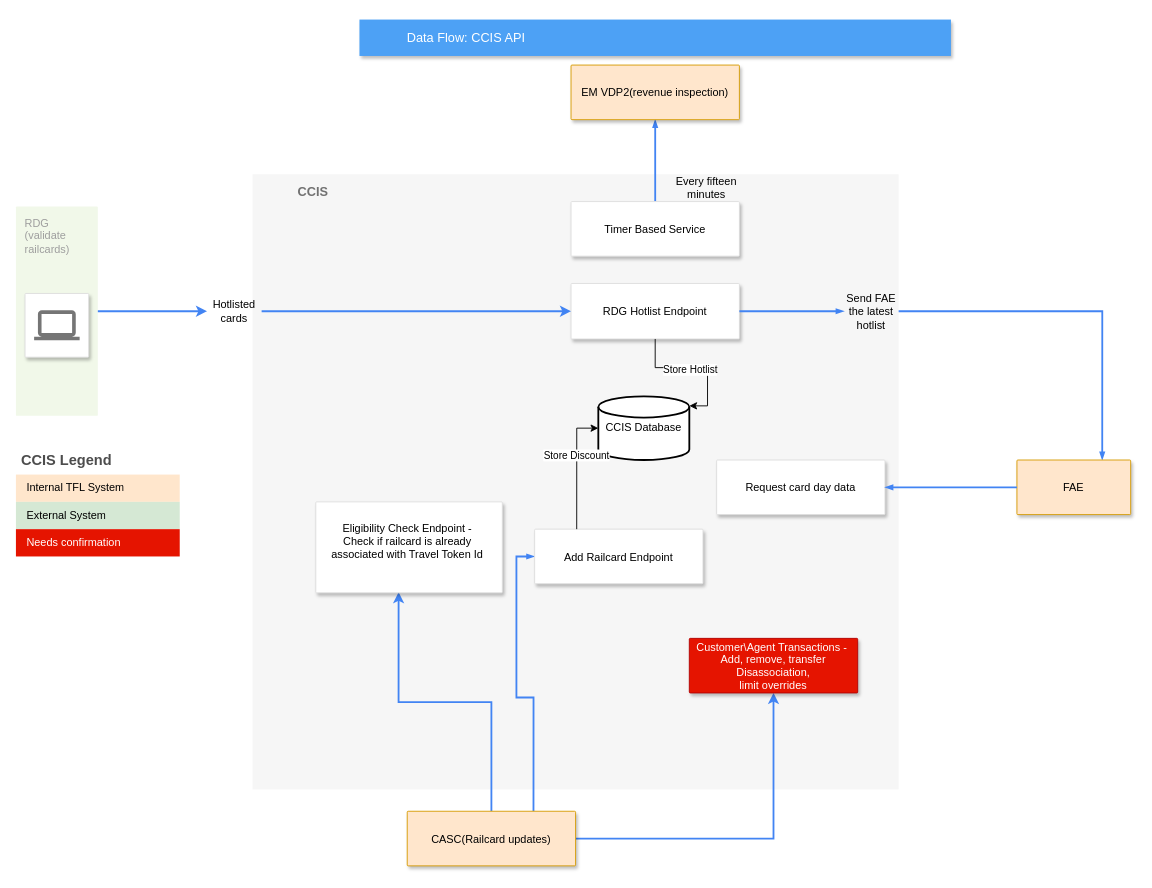
The draw.io diagram CCIS-API.drawio in mattwatts36/drawings, before the edit. Source tidied: cells renumbered, new cells numbered last; positions are measured from the earlier drawing's top-left corner, leaving out a move shared by most shapes. Both pictures are drawn from the tidied source at 91%, with x=0, y=0 at pixel (15, 19).
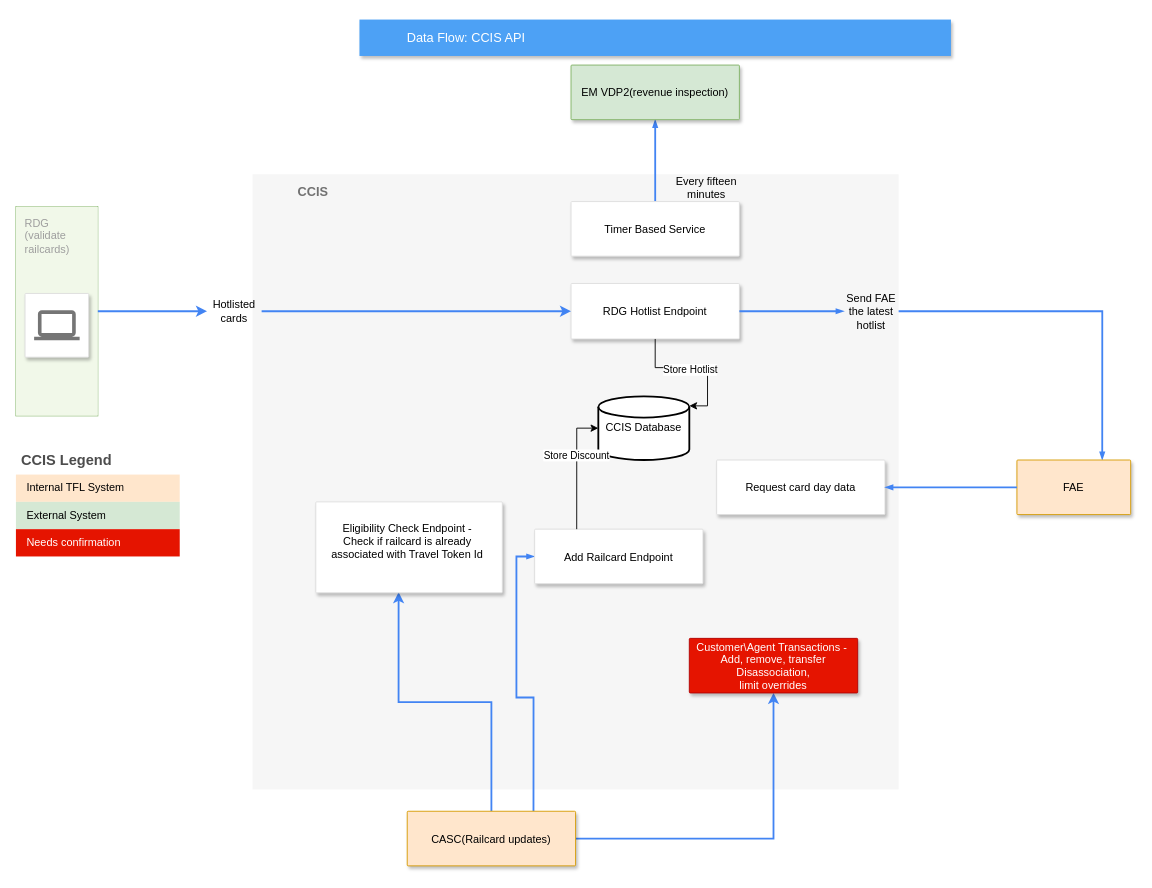
Above is the later version.

Commit message:
changed colour on EM VDP2

The edit, as a diff of the source:
```diff
@@
-    <mxCell id="7" value="EM VDP2(revenue inspection)" style="strokeColor=#d79b00;shadow=1;strokeWidth=1;rounded=1;absoluteArcSize=1;arcSize=2;fillColor=#ffe6cc;" parent="1" vertex="1">
+    <mxCell id="7" value="EM VDP2(revenue inspection)" style="strokeColor=#82b366;shadow=1;strokeWidth=1;rounded=1;absoluteArcSize=1;arcSize=2;fillColor=#d5e8d4;" parent="1" vertex="1">
       <mxGeometry x="610" y="50" width="185" height="60" as="geometry" />
     </mxCell>
@@
-    <mxCell id="13" style="group;" parent="1" vertex="1">
+    <mxCell id="13" style="group;fillColor=#d5e8d4;strokeColor=#82b366;" parent="1" vertex="1">
       <mxGeometry y="205.5" width="90" height="230" as="geometry" />
     </mxCell>
```
